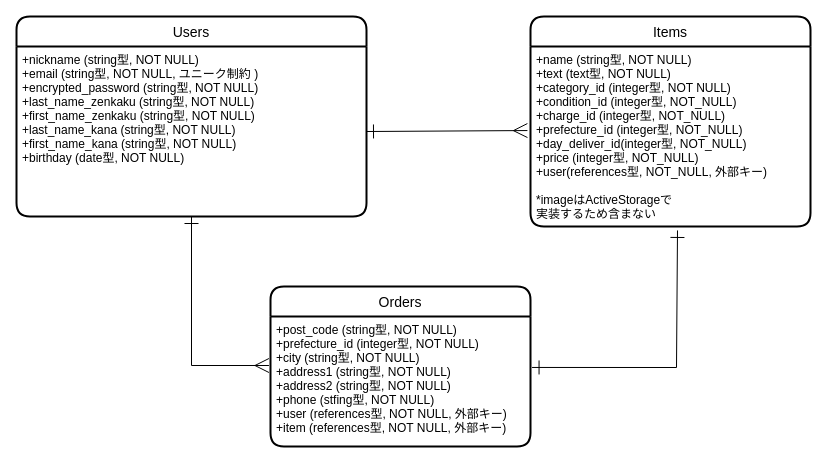
Before: furima_er.dio in lmarcat344/furima-37629, a draw.io diagram. Source tidied: cells renumbered, new cells numbered last; positions are measured from the earlier drawing's top-left corner, leaving out a move shared by most shapes. Both pictures are drawn from the tidied source at 100%, with x=0, y=0 at pixel (16, 16).
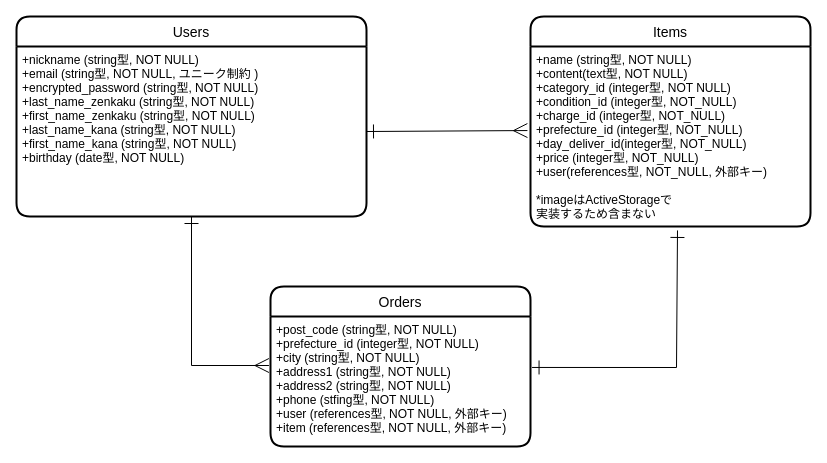
The same page after the edit.

Commit message (it also covers changes not shown here):
修正５ 商品テーブルの商品詳細のキー名を変更

Diff of the diagram source:
```diff
@@
 <mxGraphModel>
   <root>
     <mxCell id="0" />
     <mxCell id="1" parent="0" />
     <mxCell id="2" value="Users" style="swimlane;horizontal=1;startSize=30;rounded=1;fontSize=14;fontStyle=0;strokeWidth=2;shadow=0;dashed=0;align=center;" parent="1" vertex="1">
       <mxGeometry width="350" height="200" as="geometry" />
     </mxCell>
     <mxCell id="3" value="+nickname (string型, NOT NULL)&#10;+email (string型, NOT NULL, ユニーク制約 )&#10;+encrypted_password (string型, NOT NULL)&#10;+last_name_zenkaku (string型, NOT NULL)&#10;+first_name_zenkaku (string型, NOT NULL)&#10;+last_name_kana (string型, NOT NULL)&#10;+first_name_kana (string型, NOT NULL)&#10;+birthday (date型, NOT NULL)" style="align=left;strokeColor=none;fillColor=none;spacingLeft=4;fontSize=12;verticalAlign=top;" parent="2" vertex="1">
       <mxGeometry y="30" width="350" height="170" as="geometry" />
     </mxCell>
     <mxCell id="4" value="Items" style="swimlane;horizontal=1;startSize=30;rounded=1;fontSize=14;fontStyle=0;strokeWidth=2;shadow=0;dashed=0;align=center;" parent="1" vertex="1">
       <mxGeometry x="514" width="280" height="210" as="geometry" />
     </mxCell>
-    <mxCell id="5" value="+name (string型, NOT NULL)&#10;+text (text型, NOT NULL)&#10;+category_id (integer型, NOT NULL)&#10;+condition_id (integer型, NOT_NULL)&#10;+charge_id (integer型, NOT_NULL)&#10;+prefecture_id (integer型, NOT_NULL)&#10;+day_deliver_id(integer型, NOT_NULL)&#10;+price (integer型, NOT_NULL)&#10;+user(references型, NOT_NULL, 外部キー)&#10;&#10;*imageはActiveStorageで&#10;実装するため含まない&#10;" style="align=left;strokeColor=none;fillColor=none;spacingLeft=4;fontSize=12;verticalAlign=top;" parent="4" vertex="1">
+    <mxCell id="5" value="+name (string型, NOT NULL)&#10;+content(text型, NOT NULL)&#10;+category_id (integer型, NOT NULL)&#10;+condition_id (integer型, NOT_NULL)&#10;+charge_id (integer型, NOT_NULL)&#10;+prefecture_id (integer型, NOT_NULL)&#10;+day_deliver_id(integer型, NOT_NULL)&#10;+price (integer型, NOT_NULL)&#10;+user(references型, NOT_NULL, 外部キー)&#10;&#10;*imageはActiveStorageで&#10;実装するため含まない&#10;" style="align=left;strokeColor=none;fillColor=none;spacingLeft=4;fontSize=12;verticalAlign=top;" parent="4" vertex="1">
       <mxGeometry y="30" width="280" height="180" as="geometry" />
     </mxCell>
     <mxCell id="6" value="Orders" style="swimlane;horizontal=1;startSize=30;rounded=1;fontSize=14;fontStyle=0;strokeWidth=2;shadow=0;dashed=0;align=center;" parent="1" vertex="1">
       <mxGeometry x="254" y="270" width="260" height="160" as="geometry" />
     </mxCell>
     <mxCell id="7" value="+post_code (string型, NOT NULL)&#10;+prefecture_id (integer型, NOT NULL)&#10;+city (string型, NOT NULL)&#10;+address1 (string型, NOT NULL)&#10;+address2 (string型, NOT NULL)&#10;+phone (stfing型, NOT NULL)&#10;+user (references型, NOT NULL, 外部キー)&#10;+item (references型, NOT NULL, 外部キー)" style="align=left;strokeColor=none;fillColor=none;spacingLeft=4;fontSize=12;verticalAlign=top;" parent="6" vertex="1">
       <mxGeometry y="30" width="260" height="130" as="geometry" />
     </mxCell>
     <mxCell id="8" style="edgeStyle=none;html=1;exitX=0.5;exitY=1;exitDx=0;exitDy=0;entryX=-0.006;entryY=0.377;entryDx=0;entryDy=0;entryPerimeter=0;fontSize=12;rounded=0;strokeColor=default;endArrow=ERmany;endFill=0;startArrow=ERone;startFill=0;endSize=12;startSize=12;" parent="1" edge="1" source="3" target="7">
       <mxGeometry relative="1" as="geometry">
         <Array as="points">
           <mxPoint x="175" y="349" />
         </Array>
       </mxGeometry>
     </mxCell>
     <mxCell id="9" style="edgeStyle=none;rounded=0;html=1;exitX=1;exitY=0.5;exitDx=0;exitDy=0;fontSize=12;endArrow=ERmany;endFill=0;strokeColor=default;startArrow=ERone;startFill=0;strokeWidth=1;endSize=12;targetPerimeterSpacing=0;startSize=12;entryX=-0.011;entryY=0.467;entryDx=0;entryDy=0;entryPerimeter=0;" parent="1" edge="1" source="3" target="5">
       <mxGeometry relative="1" as="geometry" />
     </mxCell>
     <mxCell id="10" style="edgeStyle=none;rounded=0;html=1;exitX=0.525;exitY=1.022;exitDx=0;exitDy=0;entryX=1.006;entryY=0.392;entryDx=0;entryDy=0;entryPerimeter=0;fontSize=12;endArrow=ERone;endFill=0;strokeColor=default;startArrow=ERone;startFill=0;endSize=12;startSize=12;exitPerimeter=0;" parent="1" edge="1" source="5" target="7">
       <mxGeometry relative="1" as="geometry">
         <Array as="points">
           <mxPoint x="660" y="351" />
         </Array>
       </mxGeometry>
     </mxCell>
   </root>
 </mxGraphModel>
```
